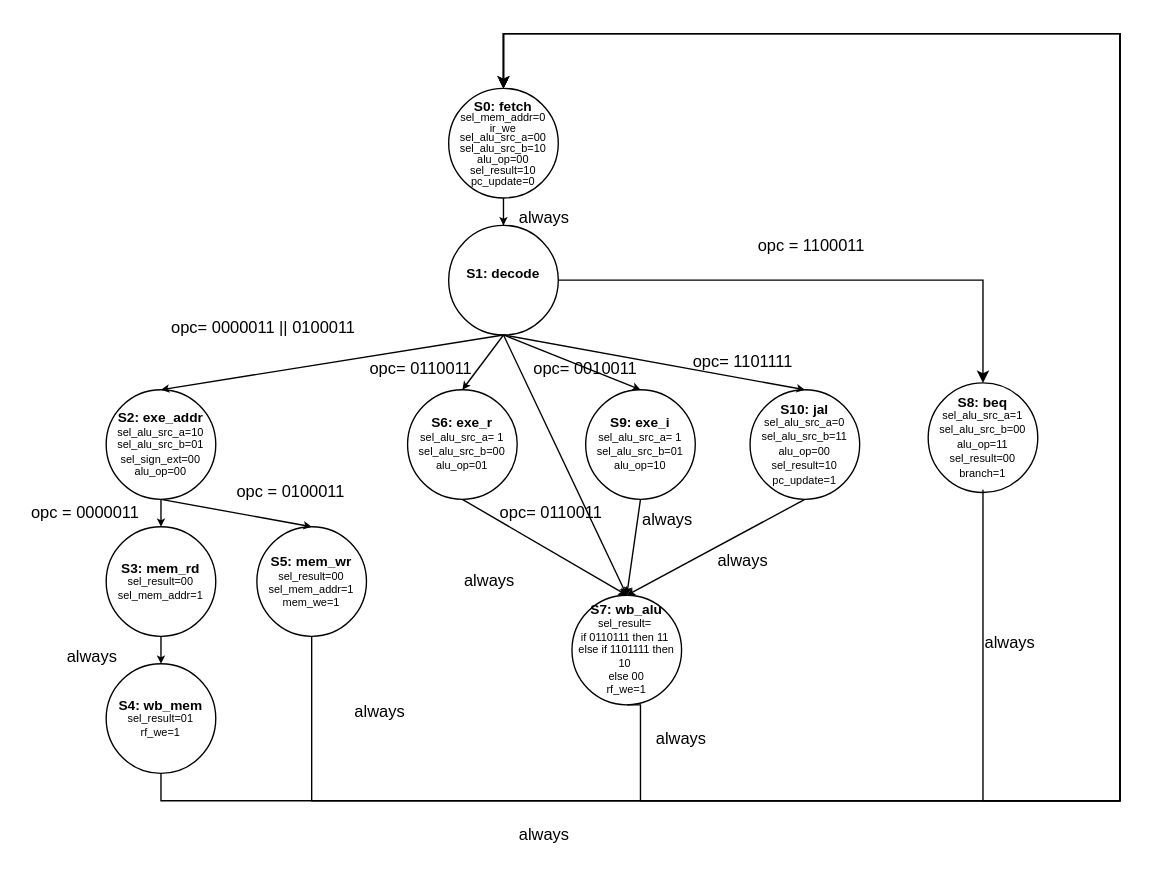
The draw.io diagram multi_cycle/rv_mc_drawio/mc_fsm_finished.drawio in Mistryu/RISC-V-processor-Verilog, before the edit. Source tidied: cells renumbered, new cells numbered last; positions are measured from the earlier drawing's top-left corner, leaving out a move shared by most shapes. Both pictures are drawn from the tidied source at 137%, with x=0, y=0 at pixel (23, 33).
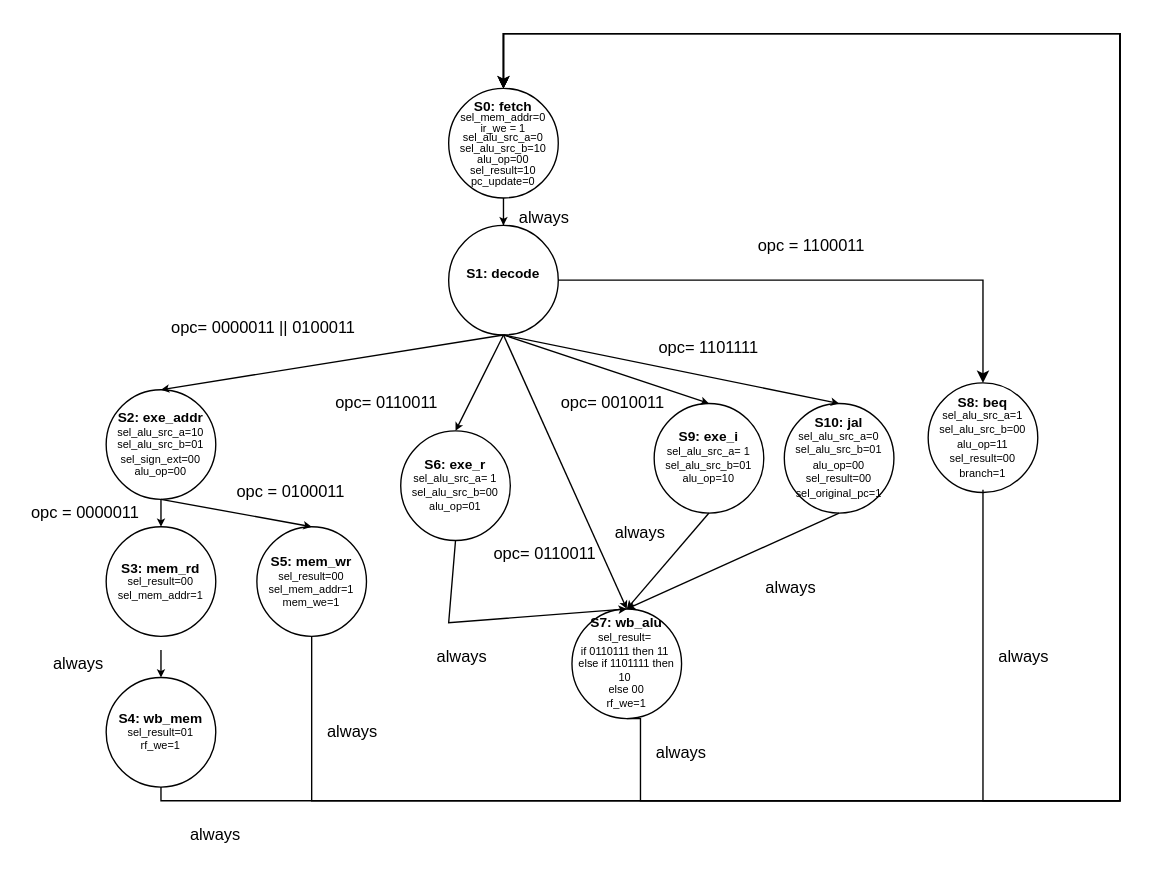
Above is the later version.

Unchanged cells that the change refers to:
```xml
<mxCell id="15" value="&lt;div style=&quot;line-height: 80%;&quot;&gt;&lt;font style=&quot;font-size: 10px; line-height: 80%;&quot;&gt;&lt;b&gt;S3: mem_rd&lt;/b&gt;&lt;/font&gt;&lt;div&gt;&lt;font style=&quot;font-size: 8px; line-height: 80%;&quot;&gt;sel_result=00&lt;/font&gt;&lt;/div&gt;&lt;div&gt;&lt;font style=&quot;font-size: 8px;&quot;&gt;sel_mem_addr=1&lt;/font&gt;&lt;/div&gt;&lt;/div&gt;" style="ellipse;whiteSpace=wrap;html=1;fillColor=none;strokeColor=default;" parent="1" vertex="1">
  <mxGeometry x="60" y="360" width="80" height="80" as="geometry" />
</mxCell>
```

Change to the diagram source:
```diff
@@
-    <mxCell id="3" value="&lt;div style=&quot;line-height: 60%;&quot;&gt;&lt;font style=&quot;font-size: 10px; line-height: 60%;&quot;&gt;&lt;b&gt;S0: fetch&lt;/b&gt;&lt;/font&gt;&lt;div&gt;&lt;font style=&quot;font-size: 8px; line-height: 60%;&quot;&gt;sel_mem_addr=0&lt;/font&gt;&lt;/div&gt;&lt;div&gt;&lt;font style=&quot;font-size: 8px; line-height: 60%;&quot;&gt;ir_we&lt;/font&gt;&lt;/div&gt;&lt;div&gt;&lt;font style=&quot;font-size: 8px; line-height: 60%;&quot;&gt;sel_alu_src_a=00&lt;/font&gt;&lt;/div&gt;&lt;div&gt;&lt;font style=&quot;font-size: 8px; line-height: 60%;&quot;&gt;sel_alu_src_b=10&lt;/font&gt;&lt;/div&gt;&lt;div&gt;&lt;font style=&quot;font-size: 8px; line-height: 60%;&quot;&gt;alu_op=00&lt;/font&gt;&lt;/div&gt;&lt;div&gt;&lt;font style=&quot;font-size: 8px; line-height: 60%;&quot;&gt;sel_result=10&lt;/font&gt;&lt;/div&gt;&lt;div&gt;&lt;font style=&quot;font-size: 8px; line-height: 60%;&quot;&gt;pc_update=0&lt;/font&gt;&lt;/div&gt;&lt;/div&gt;" style="ellipse;whiteSpace=wrap;html=1;fillColor=none;strokeColor=default;" parent="1" vertex="1">
+    <mxCell id="3" value="&lt;div style=&quot;line-height: 60%;&quot;&gt;&lt;font style=&quot;font-size: 10px; line-height: 60%;&quot;&gt;&lt;b&gt;S0: fetch&lt;/b&gt;&lt;/font&gt;&lt;div&gt;&lt;font style=&quot;font-size: 8px; line-height: 60%;&quot;&gt;sel_mem_addr=0&lt;/font&gt;&lt;/div&gt;&lt;div&gt;&lt;font style=&quot;font-size: 8px; line-height: 60%;&quot;&gt;ir_we = 1&lt;/font&gt;&lt;/div&gt;&lt;div&gt;&lt;font style=&quot;font-size: 8px; line-height: 60%;&quot;&gt;sel_alu_src_a=0&lt;/font&gt;&lt;/div&gt;&lt;div&gt;&lt;font style=&quot;font-size: 8px; line-height: 60%;&quot;&gt;sel_alu_src_b=10&lt;/font&gt;&lt;/div&gt;&lt;div&gt;&lt;font style=&quot;font-size: 8px; line-height: 60%;&quot;&gt;alu_op=00&lt;/font&gt;&lt;/div&gt;&lt;div&gt;&lt;font style=&quot;font-size: 8px; line-height: 60%;&quot;&gt;sel_result=10&lt;/font&gt;&lt;/div&gt;&lt;div&gt;&lt;font style=&quot;font-size: 8px; line-height: 60%;&quot;&gt;pc_update=0&lt;/font&gt;&lt;/div&gt;&lt;/div&gt;" style="ellipse;whiteSpace=wrap;html=1;fillColor=none;strokeColor=default;" parent="1" vertex="1">
       <mxGeometry x="310" y="40" width="80" height="80" as="geometry" />
     </mxCell>
@@
-    <mxCell id="14" style="edgeStyle=orthogonalEdgeStyle;rounded=0;jettySize=auto;html=1;exitX=0.5;exitY=1;exitDx=0;exitDy=0;entryX=0.5;entryY=0;entryDx=0;entryDy=0;startSize=3;endSize=3;" parent="1" edge="1" source="15" target="17">
-      <mxGeometry relative="1" as="geometry" />
+    <mxCell id="14" style="edgeStyle=orthogonalEdgeStyle;rounded=0;jettySize=auto;html=1;exitX=0.5;exitY=1;exitDx=0;exitDy=0;entryX=0.5;entryY=0;entryDx=0;entryDy=0;startSize=3;endSize=3;" parent="1" edge="1" target="17">
+      <mxGeometry relative="1" as="geometry">
+        <mxPoint x="100" y="450" as="sourcePoint" />
+      </mxGeometry>
     </mxCell>
@@
     <mxCell id="17" value="&lt;div style=&quot;line-height: 80%;&quot;&gt;&lt;font style=&quot;font-size: 10px; line-height: 80%;&quot;&gt;&lt;b&gt;S4: wb_mem&lt;/b&gt;&lt;/font&gt;&lt;div&gt;&lt;font style=&quot;font-size: 8px; line-height: 80%;&quot;&gt;sel_result=01&lt;/font&gt;&lt;/div&gt;&lt;div&gt;&lt;font style=&quot;font-size: 8px;&quot;&gt;rf_we=1&lt;/font&gt;&lt;/div&gt;&lt;/div&gt;" style="ellipse;whiteSpace=wrap;html=1;fillColor=none;strokeColor=default;" parent="1" vertex="1">
-      <mxGeometry x="60" y="460" width="80" height="80" as="geometry" />
+      <mxGeometry x="60" y="470" width="80" height="80" as="geometry" />
     </mxCell>
@@
     <mxCell id="20" style="rounded=0;jettySize=auto;html=1;exitX=0.5;exitY=1;exitDx=0;exitDy=0;entryX=0.5;entryY=0;entryDx=0;entryDy=0;endSize=3;startSize=3;" parent="1" edge="1" source="21" target="23">
-      <mxGeometry relative="1" as="geometry" />
+      <mxGeometry relative="1" as="geometry">
+        <Array as="points">
+          <mxPoint x="310" y="430" />
+        </Array>
+      </mxGeometry>
     </mxCell>
     <mxCell id="21" value="&lt;div style=&quot;line-height: 80%;&quot;&gt;&lt;font style=&quot;font-size: 10px; line-height: 80%;&quot;&gt;&lt;b&gt;S6: exe_r&lt;/b&gt;&lt;/font&gt;&lt;div&gt;&lt;div&gt;&lt;font style=&quot;font-size: 8px; line-height: 6.4px;&quot;&gt;sel_alu_src_a= 1&lt;/font&gt;&lt;/div&gt;&lt;div&gt;&lt;font style=&quot;font-size: 8px;&quot;&gt;sel_alu_src_b=00&lt;/font&gt;&lt;/div&gt;&lt;div&gt;&lt;span style=&quot;font-size: 8px; background-color: transparent; color: light-dark(rgb(0, 0, 0), rgb(255, 255, 255));&quot;&gt;alu_op=01&lt;/span&gt;&lt;/div&gt;&lt;/div&gt;&lt;/div&gt;" style="ellipse;whiteSpace=wrap;html=1;fillColor=none;strokeColor=default;" parent="1" vertex="1">
-      <mxGeometry x="280" y="260" width="80" height="80" as="geometry" />
+      <mxGeometry x="275" y="290" width="80" height="80" as="geometry" />
     </mxCell>
@@
     <mxCell id="23" value="&lt;div style=&quot;line-height: 80%;&quot;&gt;&lt;font style=&quot;font-size: 10px; line-height: 80%;&quot;&gt;&lt;b&gt;S7: wb_alu&lt;/b&gt;&lt;/font&gt;&lt;div&gt;&lt;div&gt;&lt;font style=&quot;font-size: 8px; line-height: 6.4px;&quot;&gt;sel_result=&amp;nbsp;&lt;br&gt;if&amp;nbsp;0110111 then 11&amp;nbsp;&lt;br&gt;else if&amp;nbsp;1101111 then 10&amp;nbsp;&lt;br&gt;else 00&lt;/font&gt;&lt;/div&gt;&lt;div&gt;&lt;font style=&quot;font-size: 8px;&quot;&gt;rf_we=1&lt;/font&gt;&lt;/div&gt;&lt;/div&gt;&lt;/div&gt;" style="ellipse;whiteSpace=wrap;html=1;fillColor=none;strokeColor=default;" parent="1" vertex="1">
-      <mxGeometry x="400" y="410" width="80" height="80" as="geometry" />
+      <mxGeometry x="400" y="420" width="80" height="80" as="geometry" />
     </mxCell>
@@
     <mxCell id="25" value="&lt;div style=&quot;line-height: 80%;&quot;&gt;&lt;font style=&quot;font-size: 10px; line-height: 80%;&quot;&gt;&lt;b&gt;S9: exe_i&lt;/b&gt;&lt;/font&gt;&lt;div&gt;&lt;div&gt;&lt;font style=&quot;font-size: 8px; line-height: 6.4px;&quot;&gt;sel_alu_src_a= 1&lt;/font&gt;&lt;/div&gt;&lt;div&gt;&lt;font style=&quot;font-size: 8px;&quot;&gt;sel_alu_src_b=01&lt;/font&gt;&lt;/div&gt;&lt;div&gt;&lt;span style=&quot;font-size: 8px; background-color: transparent; color: light-dark(rgb(0, 0, 0), rgb(255, 255, 255));&quot;&gt;alu_op=10&lt;/span&gt;&lt;/div&gt;&lt;/div&gt;&lt;/div&gt;" style="ellipse;whiteSpace=wrap;html=1;fillColor=none;strokeColor=default;" parent="1" vertex="1">
-      <mxGeometry x="410" y="260" width="80" height="80" as="geometry" />
+      <mxGeometry x="460" y="270" width="80" height="80" as="geometry" />
     </mxCell>
@@
-    <mxCell id="27" value="&lt;div style=&quot;line-height: 80%;&quot;&gt;&lt;font style=&quot;font-size: 10px; line-height: 80%;&quot;&gt;&lt;b&gt;S10: jal&lt;/b&gt;&lt;/font&gt;&lt;div&gt;&lt;div&gt;&lt;font style=&quot;font-size: 8px; line-height: 6.4px;&quot;&gt;sel_alu_src_a=0&lt;/font&gt;&lt;/div&gt;&lt;div&gt;&lt;font style=&quot;font-size: 8px;&quot;&gt;sel_alu_src_b=11&lt;/font&gt;&lt;/div&gt;&lt;div&gt;&lt;span style=&quot;font-size: 8px; background-color: transparent; color: light-dark(rgb(0, 0, 0), rgb(255, 255, 255));&quot;&gt;alu_op=00&lt;/span&gt;&lt;/div&gt;&lt;/div&gt;&lt;div&gt;&lt;span style=&quot;font-size: 8px; background-color: transparent; color: light-dark(rgb(0, 0, 0), rgb(255, 255, 255));&quot;&gt;sel_result=10&lt;/span&gt;&lt;/div&gt;&lt;div&gt;&lt;span style=&quot;font-size: 8px; background-color: transparent; color: light-dark(rgb(0, 0, 0), rgb(255, 255, 255));&quot;&gt;pc_update=1&lt;/span&gt;&lt;/div&gt;&lt;/div&gt;" style="ellipse;whiteSpace=wrap;html=1;fillColor=none;strokeColor=default;" parent="1" vertex="1">
-      <mxGeometry x="530" y="260" width="80" height="80" as="geometry" />
+    <mxCell id="27" value="&lt;div style=&quot;line-height: 80%;&quot;&gt;&lt;font style=&quot;font-size: 10px; line-height: 80%;&quot;&gt;&lt;b&gt;S10: jal&lt;/b&gt;&lt;/font&gt;&lt;div&gt;&lt;div&gt;&lt;font style=&quot;font-size: 8px; line-height: 6.4px;&quot;&gt;sel_alu_src_a=0&lt;/font&gt;&lt;/div&gt;&lt;div&gt;&lt;font style=&quot;font-size: 8px;&quot;&gt;sel_alu_src_b=01&lt;/font&gt;&lt;/div&gt;&lt;div&gt;&lt;span style=&quot;font-size: 8px; background-color: transparent; color: light-dark(rgb(0, 0, 0), rgb(255, 255, 255));&quot;&gt;alu_op=00&lt;/span&gt;&lt;/div&gt;&lt;/div&gt;&lt;div&gt;&lt;span style=&quot;font-size: 8px; background-color: transparent; color: light-dark(rgb(0, 0, 0), rgb(255, 255, 255));&quot;&gt;sel_result=00&lt;/span&gt;&lt;/div&gt;&lt;div&gt;&lt;span style=&quot;background-color: transparent; font-size: 8px;&quot;&gt;sel_original_pc&lt;/span&gt;&lt;span style=&quot;font-size: 8px; background-color: transparent; color: light-dark(rgb(0, 0, 0), rgb(255, 255, 255));&quot;&gt;=1&lt;/span&gt;&lt;/div&gt;&lt;/div&gt;" style="ellipse;whiteSpace=wrap;html=1;fillColor=none;strokeColor=default;" parent="1" vertex="1">
+      <mxGeometry x="555" y="270" width="80" height="80" as="geometry" />
     </mxCell>
@@
     <mxCell id="30" value="opc=&amp;nbsp;0110011" style="text;html=1;whiteSpace=wrap;strokeColor=none;fillColor=none;align=center;verticalAlign=middle;rounded=0;" parent="1" vertex="1">
-      <mxGeometry x="260" y="230" width="60" height="30" as="geometry" />
+      <mxGeometry x="220" y="255" width="90" height="30" as="geometry" />
     </mxCell>
     <mxCell id="31" value="opc=&amp;nbsp;0010011" style="text;html=1;whiteSpace=wrap;strokeColor=none;fillColor=none;align=center;verticalAlign=middle;rounded=0;" parent="1" vertex="1">
-      <mxGeometry x="380" y="230" width="60" height="30" as="geometry" />
+      <mxGeometry x="390" y="255" width="80" height="30" as="geometry" />
     </mxCell>
     <mxCell id="32" value="opc=&amp;nbsp;1101111" style="text;html=1;whiteSpace=wrap;strokeColor=none;fillColor=none;align=center;verticalAlign=middle;rounded=0;" parent="1" vertex="1">
-      <mxGeometry x="500" y="230" width="50" height="20" as="geometry" />
+      <mxGeometry x="450" y="220" width="100" height="20" as="geometry" />
     </mxCell>
     <mxCell id="33" value="opc=&amp;nbsp;0110011" style="text;html=1;whiteSpace=wrap;strokeColor=none;fillColor=none;align=center;verticalAlign=middle;rounded=0;" parent="1" vertex="1">
-      <mxGeometry x="360" y="340" width="50" height="20" as="geometry" />
+      <mxGeometry x="337.5" y="370" width="85" height="20" as="geometry" />
     </mxCell>
@@
     <mxCell id="36" value="always" style="text;html=1;whiteSpace=wrap;strokeColor=none;fillColor=none;align=center;verticalAlign=middle;rounded=0;" parent="1" vertex="1">
-      <mxGeometry x="20" y="440" width="60" height="30" as="geometry" />
+      <mxGeometry x="10" y="445" width="60" height="30" as="geometry" />
     </mxCell>
     <mxCell id="37" value="always" style="text;html=1;whiteSpace=wrap;strokeColor=none;fillColor=none;align=center;verticalAlign=middle;rounded=0;" parent="1" vertex="1">
-      <mxGeometry x="230" y="480" width="60" height="30" as="geometry" />
+      <mxGeometry x="210" y="495" width="60" height="30" as="geometry" />
     </mxCell>
     <mxCell id="38" value="always" style="text;html=1;whiteSpace=wrap;strokeColor=none;fillColor=none;align=center;verticalAlign=middle;rounded=0;" parent="1" vertex="1">
-      <mxGeometry x="350" y="570" width="60" height="30" as="geometry" />
+      <mxGeometry x="110" y="570" width="60" height="30" as="geometry" />
     </mxCell>
     <mxCell id="39" value="always" style="text;html=1;whiteSpace=wrap;strokeColor=none;fillColor=none;align=center;verticalAlign=middle;rounded=0;" parent="1" vertex="1">
-      <mxGeometry x="450" y="500" width="60" height="30" as="geometry" />
+      <mxGeometry x="450" y="510" width="60" height="30" as="geometry" />
     </mxCell>
     <mxCell id="40" value="always" style="text;html=1;whiteSpace=wrap;strokeColor=none;fillColor=none;align=center;verticalAlign=middle;rounded=0;" parent="1" vertex="1">
-      <mxGeometry x="310" y="385" width="60" height="30" as="geometry" />
+      <mxGeometry x="290" y="440" width="60" height="30" as="geometry" />
     </mxCell>
     <mxCell id="41" value="always" style="text;html=1;whiteSpace=wrap;strokeColor=none;fillColor=none;align=center;verticalAlign=middle;rounded=0;" parent="1" vertex="1">
-      <mxGeometry x="440" y="340" width="60" height="30" as="geometry" />
+      <mxGeometry x="420" y="350" width="60" height="30" as="geometry" />
     </mxCell>
     <mxCell id="42" value="always" style="text;html=1;whiteSpace=wrap;strokeColor=none;fillColor=none;align=center;verticalAlign=middle;rounded=0;" parent="1" vertex="1">
-      <mxGeometry x="495" y="370" width="60" height="30" as="geometry" />
+      <mxGeometry x="530" y="390" width="60" height="30" as="geometry" />
     </mxCell>
@@
     <mxCell id="46" value="always" style="text;html=1;whiteSpace=wrap;strokeColor=none;fillColor=none;align=center;verticalAlign=middle;rounded=0;" parent="1" vertex="1">
-      <mxGeometry x="690" y="430" width="60" height="30" as="geometry" />
+      <mxGeometry x="700" y="440" width="60" height="30" as="geometry" />
     </mxCell>
```
